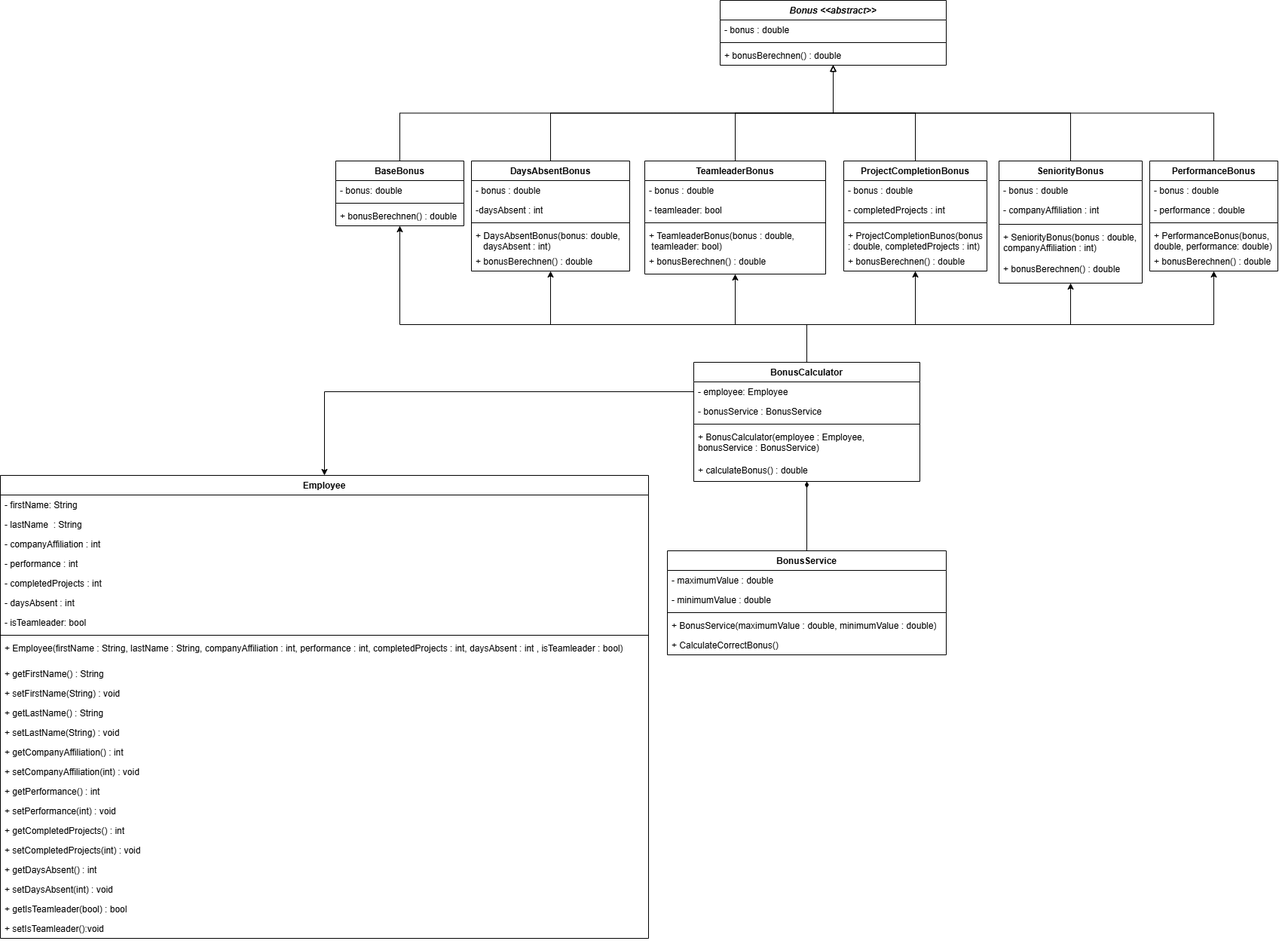
This is DecoratorKlassendiagramm.png from DennisKasch/decorator-pattern-projekt, a draw.io export, as it was before one commit. Source tidied: cells renumbered, new cells last; positions are measured from the earlier drawing's top-left corner, leaving out a move shared by most shapes.
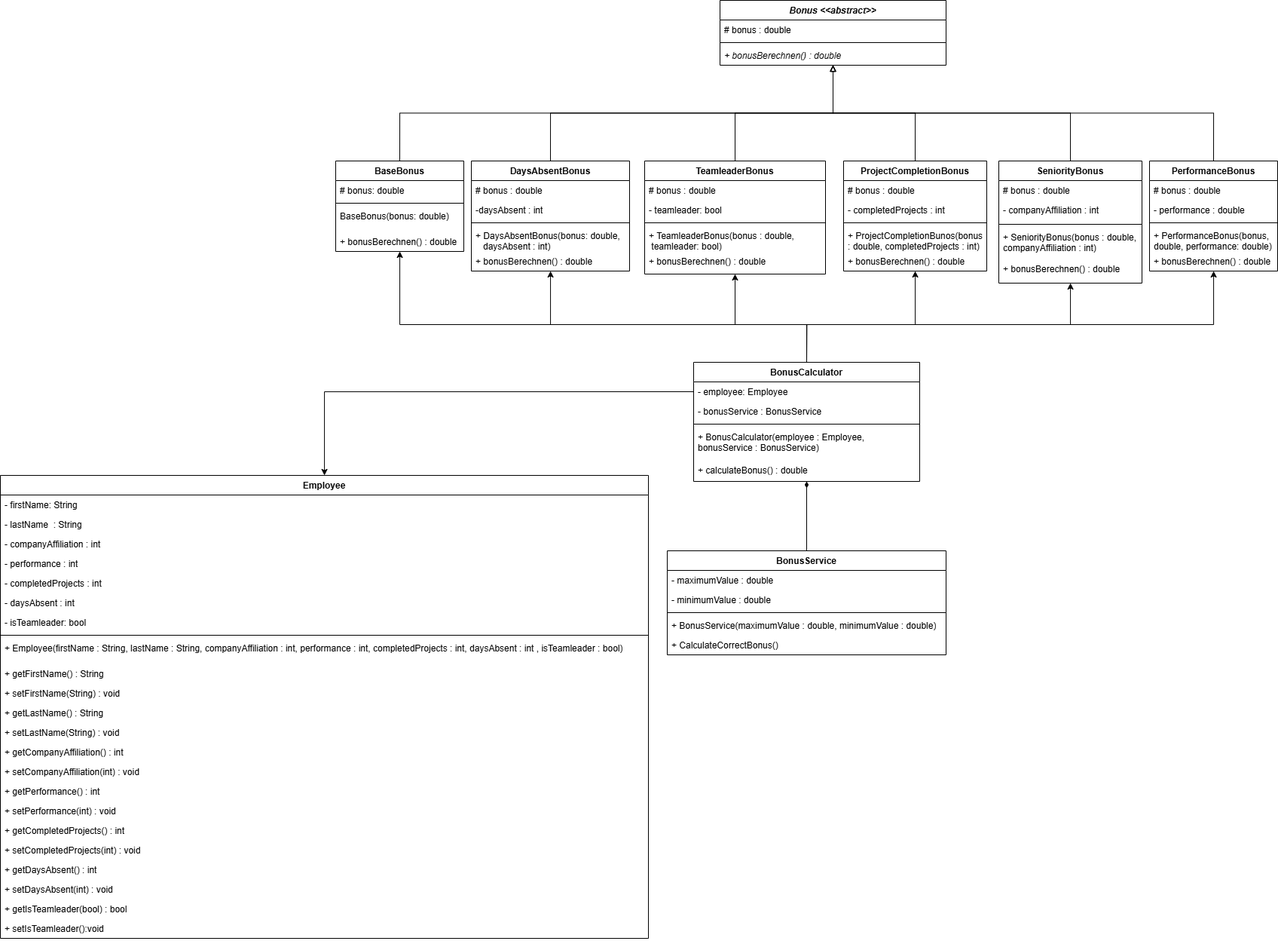
After the commit.

Commit message:
updated Class-Diagram

Change to the diagram source:
```diff
@@ -77,34 +77,37 @@
     <mxCell id="26" value="&lt;i&gt;Bonus &amp;lt;&amp;lt;abstract&amp;gt;&amp;gt;&lt;/i&gt;" style="swimlane;fontStyle=1;align=center;verticalAlign=top;horizontal=1;startSize=26;whiteSpace=wrap;html=1;" parent="1" vertex="1">
       <mxGeometry x="955" width="300" height="86" as="geometry" />
     </mxCell>
-    <mxCell id="27" value="- bonus : double" style="text;strokeColor=none;fillColor=none;align=left;verticalAlign=top;spacingLeft=4;spacingRight=4;overflow=hidden;whiteSpace=wrap;html=1;" parent="26" vertex="1">
+    <mxCell id="27" value="# bonus : double" style="text;strokeColor=none;fillColor=none;align=left;verticalAlign=top;spacingLeft=4;spacingRight=4;overflow=hidden;whiteSpace=wrap;html=1;" parent="26" vertex="1">
       <mxGeometry y="26" width="300" height="26" as="geometry" />
     </mxCell>
     <mxCell id="28" style="line;strokeWidth=1;fillColor=none;align=left;verticalAlign=middle;spacingTop=-1;spacingLeft=3;spacingRight=3;labelPosition=right;strokeColor=inherit;" parent="26" vertex="1">
       <mxGeometry y="52" width="300" height="8" as="geometry" />
     </mxCell>
-    <mxCell id="29" value="+ bonusBerechnen() : double" style="text;strokeColor=none;fillColor=none;align=left;verticalAlign=top;spacingLeft=4;spacingRight=4;overflow=hidden;whiteSpace=wrap;html=1;" parent="26" vertex="1">
+    <mxCell id="29" value="+ bonusBerechnen() : double" style="text;strokeColor=none;fillColor=none;align=left;verticalAlign=top;spacingLeft=4;spacingRight=4;overflow=hidden;whiteSpace=wrap;html=1;fontStyle=2;" parent="26" vertex="1">
       <mxGeometry y="60" width="300" height="26" as="geometry" />
     </mxCell>
     <mxCell id="30" style="edgeStyle=orthogonalEdgeStyle;rounded=0;jettySize=auto;html=1;exitX=0.5;exitY=0;exitDx=0;exitDy=0;endArrow=block;endFill=0;" parent="1" edge="1" source="31" target="26">
       <mxGeometry relative="1" as="geometry" />
     </mxCell>
     <mxCell id="31" value="BaseBonus" style="swimlane;fontStyle=1;align=center;verticalAlign=top;horizontal=1;startSize=26;whiteSpace=wrap;html=1;" parent="1" vertex="1">
-      <mxGeometry x="445" y="213" width="170" height="86" as="geometry" />
+      <mxGeometry x="445" y="213" width="170" height="120" as="geometry" />
     </mxCell>
-    <mxCell id="32" value="- bonus: double&amp;nbsp;" style="text;strokeColor=none;fillColor=none;align=left;verticalAlign=top;spacingLeft=4;spacingRight=4;overflow=hidden;whiteSpace=wrap;html=1;" parent="31" vertex="1">
+    <mxCell id="32" value="# bonus: double&amp;nbsp;" style="text;strokeColor=none;fillColor=none;align=left;verticalAlign=top;spacingLeft=4;spacingRight=4;overflow=hidden;whiteSpace=wrap;html=1;" parent="31" vertex="1">
       <mxGeometry y="26" width="170" height="26" as="geometry" />
     </mxCell>
     <mxCell id="33" style="line;strokeWidth=1;fillColor=none;align=left;verticalAlign=middle;spacingTop=-1;spacingLeft=3;spacingRight=3;labelPosition=right;strokeColor=inherit;" parent="31" vertex="1">
       <mxGeometry y="52" width="170" height="8" as="geometry" />
     </mxCell>
+    <mxCell id="90" value="BaseBonus(bonus: double)" style="text;strokeColor=none;fillColor=none;align=left;verticalAlign=top;spacingLeft=4;spacingRight=4;overflow=hidden;whiteSpace=wrap;html=1;" parent="31" vertex="1">
+      <mxGeometry y="60" width="170" height="34" as="geometry" />
+    </mxCell>
     <mxCell id="34" value="+ bonusBerechnen() : double" style="text;strokeColor=none;fillColor=none;align=left;verticalAlign=top;spacingLeft=4;spacingRight=4;overflow=hidden;whiteSpace=wrap;html=1;" parent="31" vertex="1">
-      <mxGeometry y="60" width="170" height="26" as="geometry" />
+      <mxGeometry y="94" width="170" height="26" as="geometry" />
     </mxCell>
     <mxCell id="35" value="PerformanceBonus" style="swimlane;fontStyle=1;align=center;verticalAlign=top;horizontal=1;startSize=26;whiteSpace=wrap;html=1;" parent="1" vertex="1">
       <mxGeometry x="1525" y="213" width="170" height="146" as="geometry" />
     </mxCell>
-    <mxCell id="36" value="- bonus : double" style="text;strokeColor=none;fillColor=none;align=left;verticalAlign=top;spacingLeft=4;spacingRight=4;overflow=hidden;whiteSpace=wrap;html=1;" parent="35" vertex="1">
+    <mxCell id="36" value="# bonus : double" style="text;strokeColor=none;fillColor=none;align=left;verticalAlign=top;spacingLeft=4;spacingRight=4;overflow=hidden;whiteSpace=wrap;html=1;" parent="35" vertex="1">
       <mxGeometry y="26" width="170" height="26" as="geometry" />
     </mxCell>
     <mxCell id="37" value="- performance : double" style="text;strokeColor=none;fillColor=none;align=left;verticalAlign=top;spacingLeft=4;spacingRight=4;overflow=hidden;whiteSpace=wrap;html=1;" parent="35" vertex="1">
@@ -125,7 +128,7 @@
     <mxCell id="42" value="SeniorityBonus" style="swimlane;fontStyle=1;align=center;verticalAlign=top;horizontal=1;startSize=26;whiteSpace=wrap;html=1;" parent="1" vertex="1">
       <mxGeometry x="1325" y="213" width="190" height="162" as="geometry" />
     </mxCell>
-    <mxCell id="43" value="- bonus : double" style="text;strokeColor=none;fillColor=none;align=left;verticalAlign=top;spacingLeft=4;spacingRight=4;overflow=hidden;whiteSpace=wrap;html=1;" parent="42" vertex="1">
+    <mxCell id="43" value="# bonus : double" style="text;strokeColor=none;fillColor=none;align=left;verticalAlign=top;spacingLeft=4;spacingRight=4;overflow=hidden;whiteSpace=wrap;html=1;" parent="42" vertex="1">
       <mxGeometry y="26" width="190" height="26" as="geometry" />
     </mxCell>
     <mxCell id="44" value="- companyAffiliation : int" style="text;strokeColor=none;fillColor=none;align=left;verticalAlign=top;spacingLeft=4;spacingRight=4;overflow=hidden;whiteSpace=wrap;html=1;" parent="42" vertex="1">
@@ -146,7 +149,7 @@
     <mxCell id="49" value="ProjectCompletionBonus" style="swimlane;fontStyle=1;align=center;verticalAlign=top;horizontal=1;startSize=26;whiteSpace=wrap;html=1;" parent="1" vertex="1">
       <mxGeometry x="1119" y="213" width="190" height="146" as="geometry" />
     </mxCell>
-    <mxCell id="50" value="- bonus : double" style="text;strokeColor=none;fillColor=none;align=left;verticalAlign=top;spacingLeft=4;spacingRight=4;overflow=hidden;whiteSpace=wrap;html=1;" parent="49" vertex="1">
+    <mxCell id="50" value="# bonus : double" style="text;strokeColor=none;fillColor=none;align=left;verticalAlign=top;spacingLeft=4;spacingRight=4;overflow=hidden;whiteSpace=wrap;html=1;" parent="49" vertex="1">
       <mxGeometry y="26" width="190" height="26" as="geometry" />
     </mxCell>
     <mxCell id="51" value="- completedProjects : int" style="text;strokeColor=none;fillColor=none;align=left;verticalAlign=top;spacingLeft=4;spacingRight=4;overflow=hidden;whiteSpace=wrap;html=1;" parent="49" vertex="1">
@@ -167,7 +170,7 @@
     <mxCell id="56" value="TeamleaderBonus" style="swimlane;fontStyle=1;align=center;verticalAlign=top;horizontal=1;startSize=26;whiteSpace=wrap;html=1;" parent="1" vertex="1">
       <mxGeometry x="855" y="213" width="240" height="150" as="geometry" />
     </mxCell>
-    <mxCell id="57" value="- bonus : double" style="text;strokeColor=none;fillColor=none;align=left;verticalAlign=top;spacingLeft=4;spacingRight=4;overflow=hidden;whiteSpace=wrap;html=1;" parent="56" vertex="1">
+    <mxCell id="57" value="# bonus : double" style="text;strokeColor=none;fillColor=none;align=left;verticalAlign=top;spacingLeft=4;spacingRight=4;overflow=hidden;whiteSpace=wrap;html=1;" parent="56" vertex="1">
       <mxGeometry y="26" width="240" height="26" as="geometry" />
     </mxCell>
     <mxCell id="58" value="- teamleader: bool" style="text;strokeColor=none;fillColor=none;align=left;verticalAlign=top;spacingLeft=4;spacingRight=4;overflow=hidden;whiteSpace=wrap;html=1;" parent="56" vertex="1">
@@ -188,7 +191,7 @@
     <mxCell id="63" value="DaysAbsentBonus" style="swimlane;fontStyle=1;align=center;verticalAlign=top;horizontal=1;startSize=26;whiteSpace=wrap;html=1;" parent="1" vertex="1">
       <mxGeometry x="625" y="213" width="210" height="146" as="geometry" />
     </mxCell>
-    <mxCell id="64" value="- bonus : double" style="text;strokeColor=none;fillColor=none;align=left;verticalAlign=top;spacingLeft=4;spacingRight=4;overflow=hidden;whiteSpace=wrap;html=1;" parent="63" vertex="1">
+    <mxCell id="64" value="# bonus : double" style="text;strokeColor=none;fillColor=none;align=left;verticalAlign=top;spacingLeft=4;spacingRight=4;overflow=hidden;whiteSpace=wrap;html=1;" parent="63" vertex="1">
       <mxGeometry y="26" width="210" height="26" as="geometry" />
     </mxCell>
     <mxCell id="65" value="-daysAbsent : int" style="text;strokeColor=none;fillColor=none;align=left;verticalAlign=top;spacingLeft=4;spacingRight=4;overflow=hidden;whiteSpace=wrap;html=1;" parent="63" vertex="1">
```
